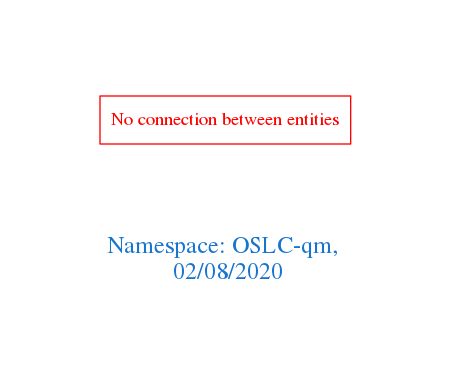
Above: downloads/OSLC-qm.png in arago/OGIT (Graphviz), before the change. Its source is kept beside it as downloads/OSLC-qm.dot.
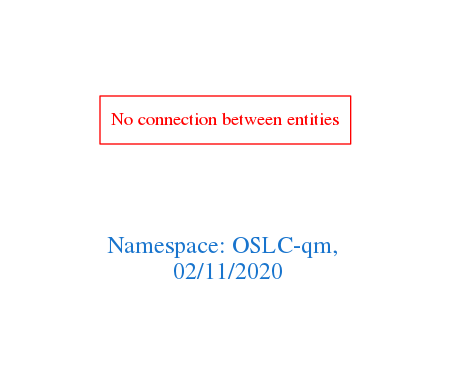
The same diagram one commit later.

Change to the diagram source:
```diff
@@ -1,7 +1,7 @@
 digraph OGIT_ontology {
  graph [ rankdir= LR,pad=1
 fontsize = 18,
-fontcolor= dodgerblue3,label = "\n\n\nNamespace: OSLC-qm, \n 02/08/2020"];
+fontcolor= dodgerblue3,label = "\n\n\nNamespace: OSLC-qm, \n 02/11/2020"];
 node[shape=polygon];
 edge [  color="gray81"];
 
```
